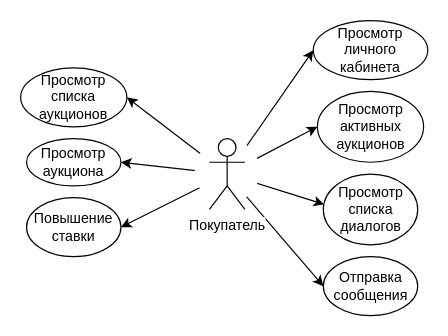
Earlier version of the draw.io diagram Diagrams/Use-Case/Buyer Use-Case Diagram.drawio (Fake-Make/Au). Source tidied: cells renumbered, new cells numbered last; positions are measured from the earlier drawing's top-left corner, leaving out a move shared by most shapes. Both pictures are drawn from the tidied source at 118%, with x=0, y=0 at pixel (20, 20).
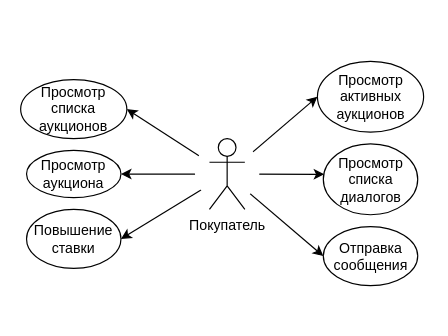
The same page after the edit.

Change to the diagram source:
```diff
@@
 <mxGraphModel>
   <root>
     <mxCell id="0" />
     <mxCell id="1" parent="0" />
     <mxCell id="2" style="endArrow=classic;html=1;entryX=1;entryY=0.5;entryDx=0;entryDy=0;exitX=0.5;exitY=0.5;exitDx=0;exitDy=0;exitPerimeter=0;" parent="1" edge="1" source="17" target="13">
       <mxGeometry relative="1" as="geometry" />
     </mxCell>
     <mxCell id="3" style="endArrow=classic;html=1;entryX=1;entryY=0.5;entryDx=0;entryDy=0;exitX=0.5;exitY=0.5;exitDx=0;exitDy=0;exitPerimeter=0;" parent="1" edge="1" source="17" target="14">
       <mxGeometry relative="1" as="geometry" />
     </mxCell>
     <mxCell id="4" style="endArrow=classic;html=1;entryX=1;entryY=0.5;entryDx=0;entryDy=0;exitX=0.5;exitY=0.5;exitDx=0;exitDy=0;exitPerimeter=0;" parent="1" edge="1" source="17" target="15">
       <mxGeometry relative="1" as="geometry" />
     </mxCell>
-    <mxCell id="5" style="endArrow=classic;html=1;entryX=0;entryY=0.5;entryDx=0;entryDy=0;exitX=0.5;exitY=0.5;exitDx=0;exitDy=0;exitPerimeter=0;" parent="1" edge="1" source="17" target="10">
-      <mxGeometry relative="1" as="geometry" />
-    </mxCell>
     <mxCell id="6" style="endArrow=classic;html=1;entryX=0;entryY=0.5;entryDx=0;entryDy=0;exitX=0.5;exitY=0.5;exitDx=0;exitDy=0;exitPerimeter=0;" parent="1" edge="1" source="17" target="11">
       <mxGeometry relative="1" as="geometry" />
     </mxCell>
     <mxCell id="7" style="endArrow=classic;html=1;entryX=0.01;entryY=0.429;entryDx=0;entryDy=0;entryPerimeter=0;exitX=0.5;exitY=0.5;exitDx=0;exitDy=0;exitPerimeter=0;" parent="1" edge="1" source="17" target="12">
       <mxGeometry relative="1" as="geometry" />
     </mxCell>
     <mxCell id="8" style="endArrow=classic;html=1;entryX=0;entryY=0.5;entryDx=0;entryDy=0;exitX=0.5;exitY=0.5;exitDx=0;exitDy=0;exitPerimeter=0;" parent="1" edge="1" source="17" target="16">
       <mxGeometry relative="1" as="geometry" />
     </mxCell>
     <mxCell id="9" style="ellipse;whiteSpace=wrap;html=1;strokeColor=none;" parent="1" vertex="1">
       <mxGeometry x="147.5" y="100" width="55" height="55" as="geometry" />
     </mxCell>
-    <mxCell id="10" value="Просмотр личного кабинета" style="ellipse;whiteSpace=wrap;html=1;" parent="1" vertex="1">
-      <mxGeometry x="248" width="97" height="50" as="geometry" />
-    </mxCell>
     <mxCell id="11" value="Просмотр активных аукционов&lt;br&gt;" style="ellipse;whiteSpace=wrap;html=1;" parent="1" vertex="1">
-      <mxGeometry x="251.5" y="60" width="90" height="60" as="geometry" />
+      <mxGeometry x="251.5" y="34.5" width="90" height="60" as="geometry" />
     </mxCell>
     <mxCell id="12" value="Просмотр списка диалогов" style="ellipse;whiteSpace=wrap;html=1;" parent="1" vertex="1">
-      <mxGeometry x="256.5" y="130" width="80" height="60" as="geometry" />
+      <mxGeometry x="256.5" y="104.5" width="80" height="60" as="geometry" />
     </mxCell>
     <mxCell id="13" value="Просмотр списка&lt;br&gt;аукционов&lt;br&gt;" style="ellipse;whiteSpace=wrap;html=1;" parent="1" vertex="1">
-      <mxGeometry y="40" width="90" height="50" as="geometry" />
+      <mxGeometry y="50" width="90" height="50" as="geometry" />
     </mxCell>
     <mxCell id="14" value="Просмотр&lt;br&gt;аукциона" style="ellipse;whiteSpace=wrap;html=1;" parent="1" vertex="1">
-      <mxGeometry x="5" y="100" width="80" height="40" as="geometry" />
+      <mxGeometry x="5" y="110" width="80" height="40" as="geometry" />
     </mxCell>
     <mxCell id="15" value="Повышение&lt;br&gt;ставки" style="ellipse;whiteSpace=wrap;html=1;" parent="1" vertex="1">
-      <mxGeometry x="5" y="150" width="80" height="50" as="geometry" />
+      <mxGeometry x="5" y="160" width="80" height="50" as="geometry" />
     </mxCell>
     <mxCell id="16" value="Отправка сообщения" style="ellipse;whiteSpace=wrap;html=1;" parent="1" vertex="1">
-      <mxGeometry x="256.5" y="200" width="80" height="50" as="geometry" />
+      <mxGeometry x="256.5" y="174.5" width="80" height="50" as="geometry" />
     </mxCell>
     <mxCell id="17" value="Покупатель" style="shape=umlActor;verticalLabelPosition=bottom;labelBackgroundColor=#ffffff;verticalAlign=top;html=1;outlineConnect=0;" parent="1" vertex="1">
       <mxGeometry x="160" y="100" width="30" height="60" as="geometry" />
     </mxCell>
   </root>
 </mxGraphModel>
```
